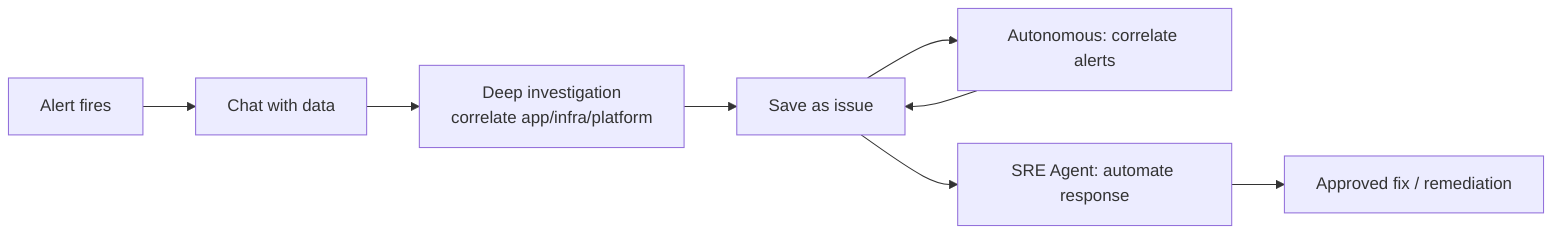
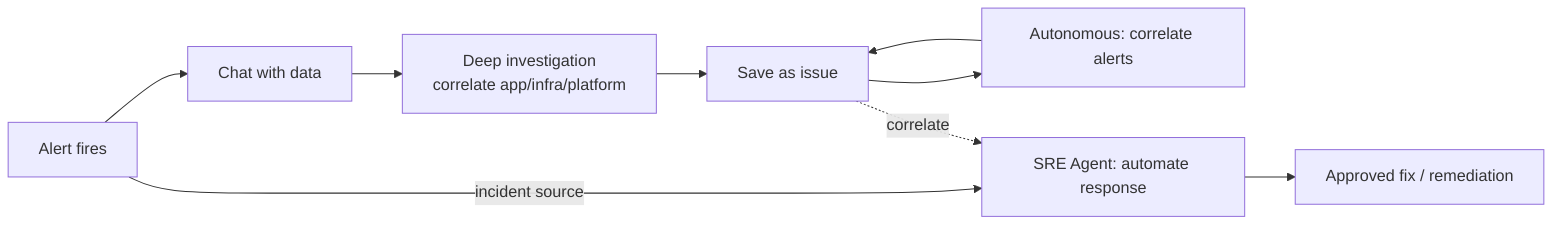
flowchart LR
    AL[Alert fires] --> CH[Chat with data]
    CH --> DI[Deep investigation<br/>correlate app/infra/platform]
    DI --> IS[Save as issue]
    IS --> AU[Autonomous: correlate alerts]
    AU --> IS
-     IS --> SRE[SRE Agent: automate response]
+     AL -->|incident source| SRE[SRE Agent: automate response]
+     IS -. correlate .-> SRE
    SRE --> FIX[Approved fix / remediation]
